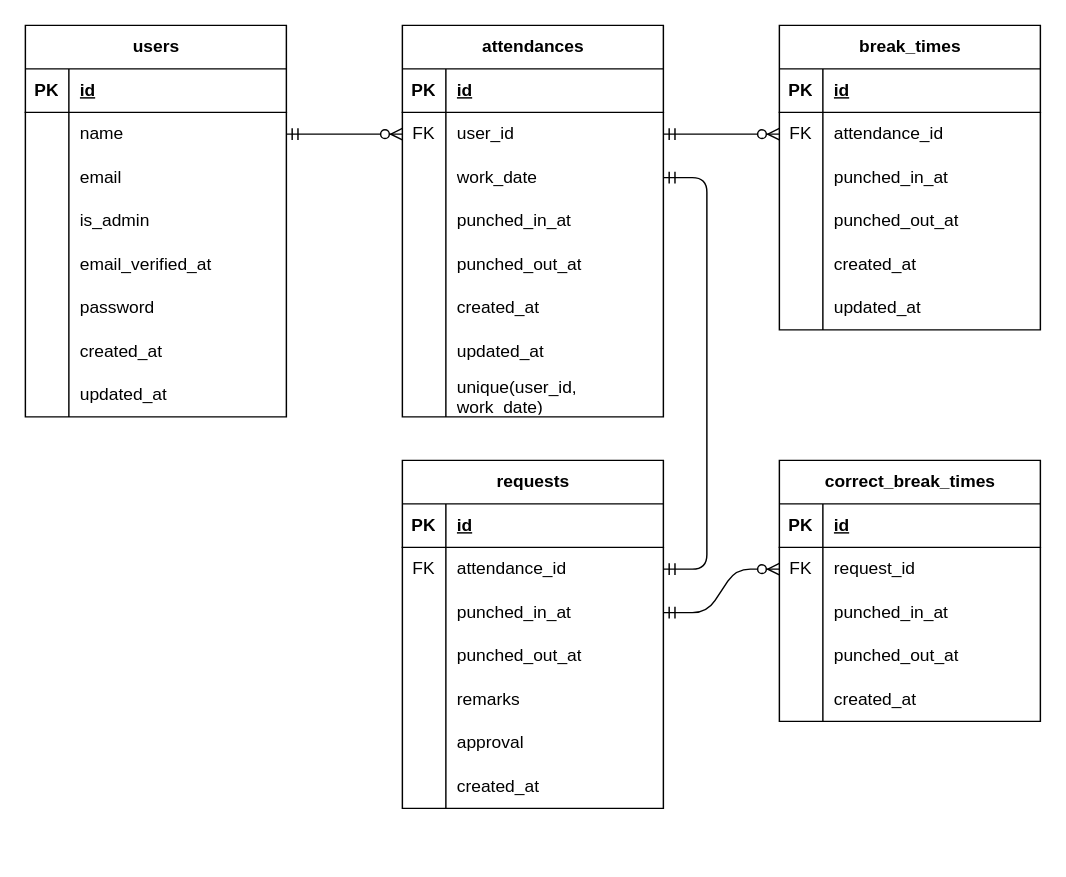
The draw.io diagram erd.dio in kooooooota/attendance-management, before the edit. Source tidied: cells renumbered, new cells numbered last; positions are measured from the earlier drawing's top-left corner, leaving out a move shared by most shapes. Both pictures are drawn from the tidied source at 145%, with x=0, y=0 at pixel (25, 25).
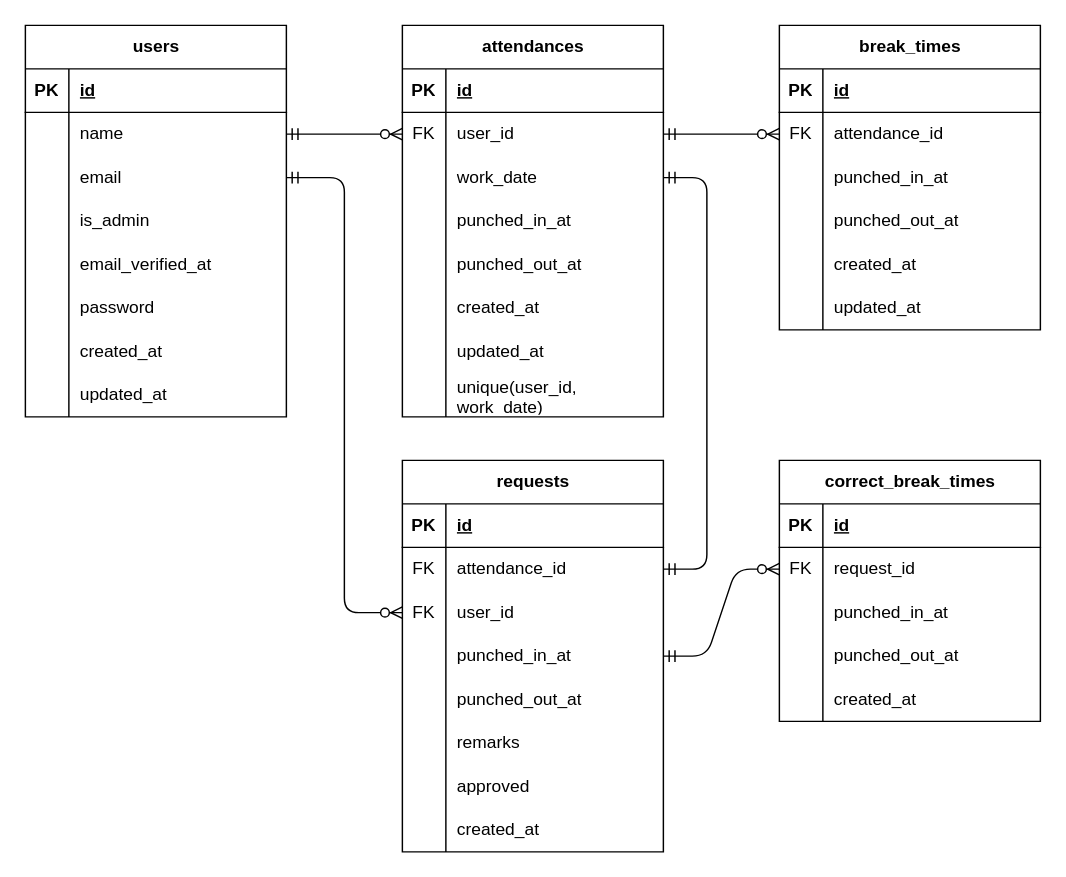
After the change.

The change refers to these unchanged cells:
```xml
<mxCell id="9" style="shape=tableRow;horizontal=0;startSize=0;swimlaneHead=0;swimlaneBody=0;fillColor=none;points=[[0,0.5],[1,0.5]];portConstraint=eastwest;top=0;left=0;right=0;bottom=0;" parent="2" vertex="1">
  <mxGeometry y="90" width="180" height="30" as="geometry" />
</mxCell>
```

Diff of the diagram source:
```diff
@@
     <mxCell id="71" value="requests" style="shape=table;startSize=30;childLayout=tableLayout;rowLines=0;fontStyle=1;align=center;html=1;" parent="1" vertex="1">
-      <mxGeometry x="260" y="300" width="180" height="240" as="geometry" />
+      <mxGeometry x="260" y="300" width="180" height="270" as="geometry" />
     </mxCell>
@@
+    <mxCell id="113" style="shape=tableRow;horizontal=0;startSize=0;swimlaneHead=0;swimlaneBody=0;fillColor=none;points=[[0,0.5],[1,0.5]];portConstraint=eastwest;top=0;left=0;right=0;bottom=0;" parent="71" vertex="1">
+      <mxGeometry y="90" width="180" height="30" as="geometry" />
+    </mxCell>
+    <mxCell id="114" value="FK" style="shape=partialRectangle;fillColor=none;top=0;left=0;bottom=0;right=0;overflow=hidden;whiteSpace=wrap;html=1;" parent="113" vertex="1">
+      <mxGeometry width="30" height="30" as="geometry" />
+    </mxCell>
+    <mxCell id="115" value="user_id" style="shape=partialRectangle;fillColor=none;top=0;left=0;bottom=0;right=0;align=left;spacingLeft=6;overflow=hidden;whiteSpace=wrap;html=1;" parent="113" vertex="1">
+      <mxGeometry x="30" width="150" height="30" as="geometry" />
+    </mxCell>
     <mxCell id="78" style="shape=tableRow;horizontal=0;startSize=0;swimlaneHead=0;swimlaneBody=0;fillColor=none;points=[[0,0.5],[1,0.5]];portConstraint=eastwest;top=0;left=0;right=0;bottom=0;" parent="71" vertex="1">
-      <mxGeometry y="90" width="180" height="30" as="geometry" />
+      <mxGeometry y="120" width="180" height="30" as="geometry" />
     </mxCell>
@@
     <mxCell id="81" style="shape=tableRow;horizontal=0;startSize=0;swimlaneHead=0;swimlaneBody=0;fillColor=none;top=0;left=0;right=0;bottom=0;" parent="71" vertex="1">
-      <mxGeometry y="120" width="180" height="30" as="geometry" />
+      <mxGeometry y="150" width="180" height="30" as="geometry" />
     </mxCell>
@@
     <mxCell id="84" style="shape=tableRow;horizontal=0;startSize=0;swimlaneHead=0;swimlaneBody=0;fillColor=none;top=0;left=0;right=0;bottom=0;" parent="71" vertex="1">
-      <mxGeometry y="150" width="180" height="30" as="geometry" />
+      <mxGeometry y="180" width="180" height="30" as="geometry" />
     </mxCell>
@@
     <mxCell id="87" style="shape=tableRow;horizontal=0;startSize=0;swimlaneHead=0;swimlaneBody=0;fillColor=none;top=0;left=0;right=0;bottom=0;" parent="71" vertex="1">
-      <mxGeometry y="180" width="180" height="30" as="geometry" />
+      <mxGeometry y="210" width="180" height="30" as="geometry" />
     </mxCell>
@@
-    <mxCell id="89" value="approval" style="shape=partialRectangle;fillColor=none;top=0;left=0;bottom=0;right=0;align=left;spacingLeft=6;overflow=hidden;whiteSpace=wrap;html=1;" parent="87" vertex="1">
+    <mxCell id="89" value="approved" style="shape=partialRectangle;fillColor=none;top=0;left=0;bottom=0;right=0;align=left;spacingLeft=6;overflow=hidden;whiteSpace=wrap;html=1;" parent="87" vertex="1">
       <mxGeometry x="30" width="150" height="30" as="geometry" />
     </mxCell>
     <mxCell id="90" style="shape=tableRow;horizontal=0;startSize=0;swimlaneHead=0;swimlaneBody=0;fillColor=none;top=0;left=0;right=0;bottom=0;" parent="71" vertex="1">
-      <mxGeometry y="210" width="180" height="30" as="geometry" />
+      <mxGeometry y="240" width="180" height="30" as="geometry" />
     </mxCell>
@@
+    <mxCell id="116" style="edgeStyle=orthogonalEdgeStyle;fontSize=12;html=1;endArrow=ERzeroToMany;startArrow=ERmandOne;exitX=1;exitY=0.5;exitDx=0;exitDy=0;entryX=0;entryY=0.5;entryDx=0;entryDy=0;" parent="1" edge="1" source="9" target="113">
+      <mxGeometry relative="1" as="geometry" />
+    </mxCell>
```
